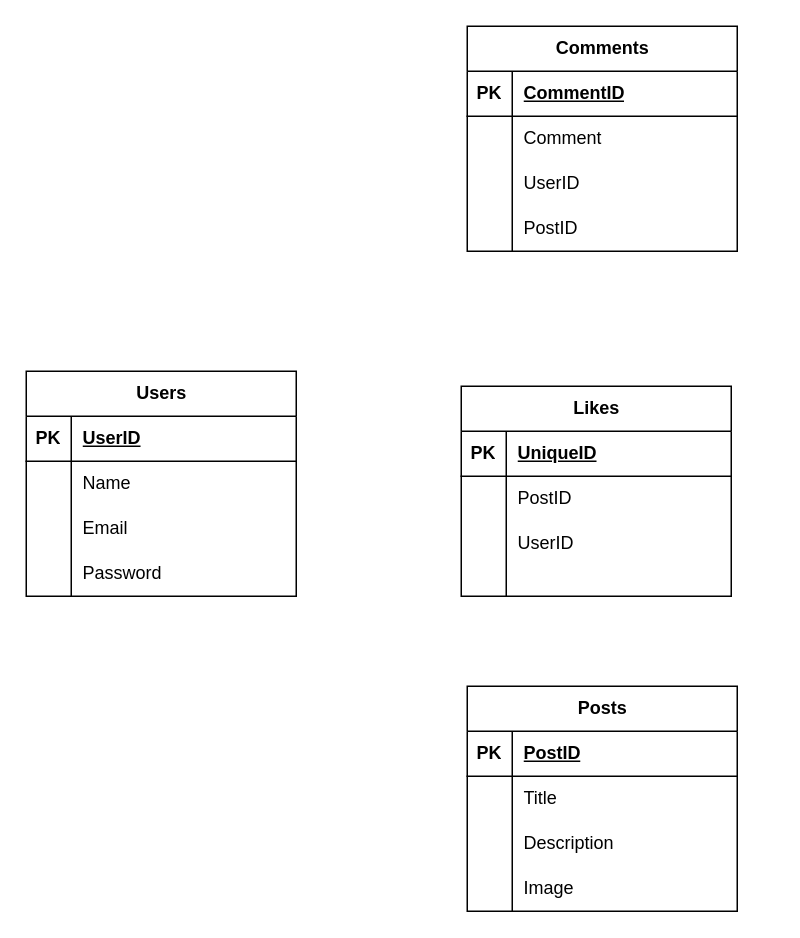
Above: Module 8/ex1.drawio in GilbertBautista5/IOD-CohortSE23 (draw.io), before the change. Source tidied: cells renumbered, new cells numbered last; positions are measured from the earlier drawing's top-left corner, leaving out a move shared by most shapes. Both pictures are drawn from the tidied source at 150%, with x=0, y=0 at pixel (26, 26).
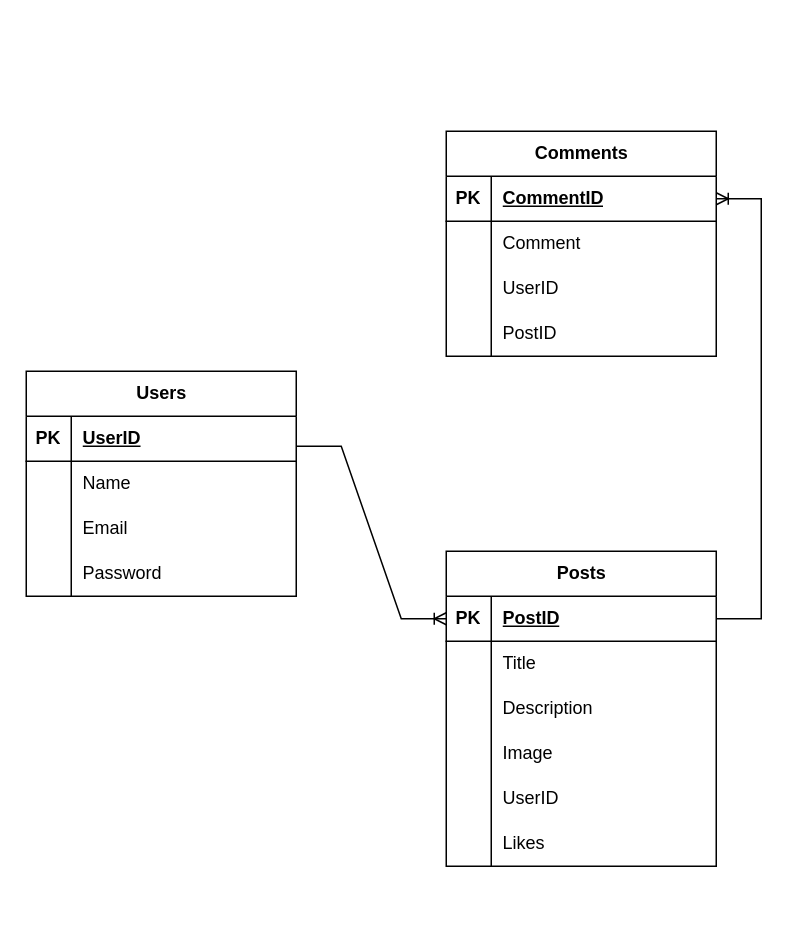
After the change.

Commit message:
Logical model

Unchanged cells that the change refers to:
```xml
<mxCell id="16" style="shape=tableRow;horizontal=0;startSize=0;swimlaneHead=0;swimlaneBody=0;fillColor=none;points=[[0,0.5],[1,0.5]];portConstraint=eastwest;top=0;left=0;right=0;bottom=1;" parent="15" vertex="1">
  <mxGeometry y="30" width="180" height="30" as="geometry" />
</mxCell>
<mxCell id="42" style="shape=tableRow;horizontal=0;startSize=0;swimlaneHead=0;swimlaneBody=0;fillColor=none;points=[[0,0.5],[1,0.5]];portConstraint=eastwest;top=0;left=0;right=0;bottom=1;" parent="41" vertex="1">
  <mxGeometry y="30" width="180" height="30" as="geometry" />
</mxCell>
```

The edit, as a diff of the source:
```diff
@@
     <mxCell id="15" value="Comments" style="shape=table;startSize=30;childLayout=tableLayout;rowLines=0;fontStyle=1;align=center;html=1;" parent="1" vertex="1">
-      <mxGeometry x="294" width="180" height="150" as="geometry" />
+      <mxGeometry x="280" y="70" width="180" height="150" as="geometry" />
     </mxCell>
@@
-    <mxCell id="28" value="Likes" style="shape=table;startSize=30;childLayout=tableLayout;rowLines=0;fontStyle=1;align=center;html=1;" parent="1" vertex="1">
-      <mxGeometry x="290" y="240" width="180" height="140" as="geometry" />
-    </mxCell>
-    <mxCell id="29" style="shape=tableRow;horizontal=0;startSize=0;swimlaneHead=0;swimlaneBody=0;fillColor=none;top=0;left=0;right=0;bottom=1;" parent="28" vertex="1">
-      <mxGeometry y="30" width="180" height="30" as="geometry" />
-    </mxCell>
-    <mxCell id="30" value="PK" style="shape=partialRectangle;fillColor=none;top=0;left=0;bottom=0;right=0;fontStyle=1;overflow=hidden;whiteSpace=wrap;html=1;" parent="29" vertex="1">
-      <mxGeometry width="30" height="30" as="geometry" />
-    </mxCell>
-    <mxCell id="31" value="UniqueID" style="shape=partialRectangle;fillColor=none;top=0;left=0;bottom=0;right=0;align=left;spacingLeft=6;fontStyle=5;overflow=hidden;whiteSpace=wrap;html=1;" parent="29" vertex="1">
-      <mxGeometry x="30" width="150" height="30" as="geometry" />
-    </mxCell>
-    <mxCell id="32" style="shape=tableRow;horizontal=0;startSize=0;swimlaneHead=0;swimlaneBody=0;fillColor=none;top=0;left=0;right=0;bottom=0;" parent="28" vertex="1">
-      <mxGeometry y="60" width="180" height="30" as="geometry" />
-    </mxCell>
-    <mxCell id="33" style="shape=partialRectangle;fillColor=none;top=0;left=0;bottom=0;right=0;overflow=hidden;whiteSpace=wrap;html=1;" parent="32" vertex="1">
-      <mxGeometry width="30" height="30" as="geometry" />
-    </mxCell>
-    <mxCell id="34" value="PostID" style="shape=partialRectangle;fillColor=none;top=0;left=0;bottom=0;right=0;align=left;spacingLeft=6;overflow=hidden;whiteSpace=wrap;html=1;" parent="32" vertex="1">
-      <mxGeometry x="30" width="150" height="30" as="geometry" />
-    </mxCell>
-    <mxCell id="35" style="shape=tableRow;horizontal=0;startSize=0;swimlaneHead=0;swimlaneBody=0;fillColor=none;top=0;left=0;right=0;bottom=0;" parent="28" vertex="1">
-      <mxGeometry y="90" width="180" height="30" as="geometry" />
-    </mxCell>
-    <mxCell id="36" style="shape=partialRectangle;fillColor=none;top=0;left=0;bottom=0;right=0;overflow=hidden;whiteSpace=wrap;html=1;" parent="35" vertex="1">
-      <mxGeometry width="30" height="30" as="geometry" />
-    </mxCell>
-    <mxCell id="37" value="UserID" style="shape=partialRectangle;fillColor=none;top=0;left=0;bottom=0;right=0;align=left;spacingLeft=6;overflow=hidden;whiteSpace=wrap;html=1;" parent="35" vertex="1">
-      <mxGeometry x="30" width="150" height="30" as="geometry" />
-    </mxCell>
-    <mxCell id="38" style="shape=tableRow;horizontal=0;startSize=0;swimlaneHead=0;swimlaneBody=0;fillColor=none;top=0;left=0;right=0;bottom=0;" parent="28" vertex="1">
-      <mxGeometry y="120" width="180" height="20" as="geometry" />
-    </mxCell>
-    <mxCell id="39" style="shape=partialRectangle;fillColor=none;top=0;left=0;bottom=0;right=0;overflow=hidden;whiteSpace=wrap;html=1;" parent="38" vertex="1">
-      <mxGeometry width="30" height="20" as="geometry" />
-    </mxCell>
-    <mxCell id="40" style="shape=partialRectangle;fillColor=none;top=0;left=0;bottom=0;right=0;align=left;spacingLeft=6;overflow=hidden;whiteSpace=wrap;html=1;" parent="38" vertex="1">
-      <mxGeometry x="30" width="150" height="20" as="geometry" />
-    </mxCell>
     <mxCell id="41" value="Posts" style="shape=table;startSize=30;childLayout=tableLayout;rowLines=0;fontStyle=1;align=center;html=1;" parent="1" vertex="1">
-      <mxGeometry x="294" y="440" width="180" height="150" as="geometry" />
+      <mxGeometry x="280" y="350" width="180" height="210" as="geometry" />
     </mxCell>
@@
+    <mxCell id="54" style="shape=tableRow;horizontal=0;startSize=0;swimlaneHead=0;swimlaneBody=0;fillColor=none;top=0;left=0;right=0;bottom=0;" parent="41" vertex="1">
+      <mxGeometry y="150" width="180" height="30" as="geometry" />
+    </mxCell>
+    <mxCell id="55" style="shape=partialRectangle;fillColor=none;top=0;left=0;bottom=0;right=0;overflow=hidden;whiteSpace=wrap;html=1;" parent="54" vertex="1">
+      <mxGeometry width="30" height="30" as="geometry" />
+    </mxCell>
+    <mxCell id="37" value="UserID" style="shape=partialRectangle;fillColor=none;top=0;left=0;bottom=0;right=0;align=left;spacingLeft=6;overflow=hidden;whiteSpace=wrap;html=1;" parent="54" vertex="1">
+      <mxGeometry x="30" width="150" height="30" as="geometry" />
+    </mxCell>
+    <mxCell id="56" style="shape=tableRow;horizontal=0;startSize=0;swimlaneHead=0;swimlaneBody=0;fillColor=none;top=0;left=0;right=0;bottom=0;" parent="41" vertex="1">
+      <mxGeometry y="180" width="180" height="30" as="geometry" />
+    </mxCell>
+    <mxCell id="57" style="shape=partialRectangle;fillColor=none;top=0;left=0;bottom=0;right=0;overflow=hidden;whiteSpace=wrap;html=1;" parent="56" vertex="1">
+      <mxGeometry width="30" height="30" as="geometry" />
+    </mxCell>
+    <mxCell id="28" value="Likes" style="shape=partialRectangle;fillColor=none;top=0;left=0;bottom=0;right=0;align=left;spacingLeft=6;overflow=hidden;whiteSpace=wrap;html=1;" parent="56" vertex="1">
+      <mxGeometry x="30" width="150" height="30" as="geometry" />
+    </mxCell>
+    <mxCell id="58" style="edgeStyle=entityRelationEdgeStyle;fontSize=12;html=1;endArrow=ERoneToMany;rounded=0;entryX=0;entryY=0.5;entryDx=0;entryDy=0;" parent="1" edge="1" target="42">
+      <mxGeometry relative="1" as="geometry">
+        <mxPoint x="180" y="280" as="sourcePoint" />
+      </mxGeometry>
+    </mxCell>
+    <mxCell id="59" style="edgeStyle=entityRelationEdgeStyle;fontSize=12;html=1;endArrow=ERoneToMany;rounded=0;exitX=1;exitY=0.5;exitDx=0;exitDy=0;entryX=1;entryY=0.5;entryDx=0;entryDy=0;" parent="1" edge="1" source="42" target="16">
+      <mxGeometry relative="1" as="geometry" />
+    </mxCell>
```
